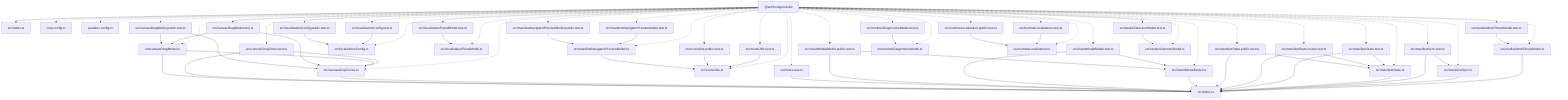
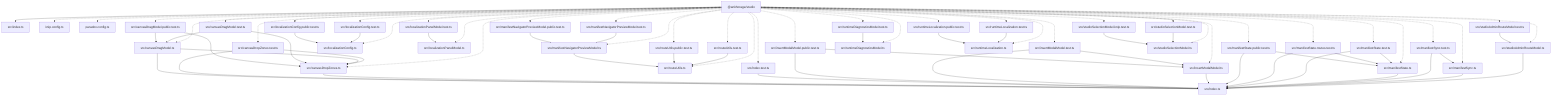
graph TD
  package__ankhorage_studio["@ankhorage/studio"]
  entrypoint_src_index_ts["src/index.ts"]
  package__ankhorage_studio --> entrypoint_src_index_ts
  module_knip_config_ts["knip.config.ts"]
  package__ankhorage_studio -.-> module_knip_config_ts
  module_paradox_config_ts["paradox.config.ts"]
  package__ankhorage_studio -.-> module_paradox_config_ts
  module_src_canvasDragModel_public_test_ts["src/canvasDragModel.public.test.ts"]
  package__ankhorage_studio -.-> module_src_canvasDragModel_public_test_ts
  module_src_canvasDragModel_public_test_ts --> module_src_canvasDragModel_ts
  module_src_canvasDragModel_public_test_ts --> module_src_canvasDropZones_ts
  module_src_canvasDragModel_test_ts["src/canvasDragModel.test.ts"]
  package__ankhorage_studio -.-> module_src_canvasDragModel_test_ts
  module_src_canvasDragModel_test_ts --> module_src_canvasDragModel_ts
  module_src_canvasDragModel_test_ts --> module_src_canvasDropZones_ts
  module_src_canvasDragModel_ts["src/canvasDragModel.ts"]
  package__ankhorage_studio -.-> module_src_canvasDragModel_ts
  module_src_canvasDragModel_ts --> module_src_canvasDropZones_ts
  module_src_canvasDragModel_ts --> module_src_index_ts
  module_src_canvasDropZones_test_ts["src/canvasDropZones.test.ts"]
  package__ankhorage_studio -.-> module_src_canvasDropZones_test_ts
  module_src_canvasDropZones_test_ts --> module_src_canvasDropZones_ts
  module_src_canvasDropZones_test_ts --> module_src_index_ts
  module_src_canvasDropZones_ts["src/canvasDropZones.ts"]
  package__ankhorage_studio -.-> module_src_canvasDropZones_ts
  module_src_canvasDropZones_ts --> module_src_index_ts
  module_src_index_test_ts["src/index.test.ts"]
  package__ankhorage_studio -.-> module_src_index_test_ts
  module_src_index_test_ts --> module_src_index_ts
  module_src_index_ts["src/index.ts"]
  module_src_insertModalModel_public_test_ts["src/insertModalModel.public.test.ts"]
  package__ankhorage_studio -.-> module_src_insertModalModel_public_test_ts
  module_src_insertModalModel_public_test_ts --> module_src_index_ts
  module_src_insertModalModel_public_test_ts --> module_src_insertModalModel_ts
  module_src_insertModalModel_test_ts["src/insertModalModel.test.ts"]
  package__ankhorage_studio -.-> module_src_insertModalModel_test_ts
  module_src_insertModalModel_test_ts --> module_src_index_ts
  module_src_insertModalModel_test_ts --> module_src_insertModalModel_ts
  module_src_insertModalModel_ts["src/insertModalModel.ts"]
  package__ankhorage_studio -.-> module_src_insertModalModel_ts
  module_src_insertModalModel_ts --> module_src_index_ts
  module_src_localizationConfig_public_test_ts["src/localizationConfig.public.test.ts"]
  package__ankhorage_studio -.-> module_src_localizationConfig_public_test_ts
  module_src_localizationConfig_public_test_ts --> module_src_localizationConfig_ts
  module_src_localizationConfig_test_ts["src/localizationConfig.test.ts"]
  package__ankhorage_studio -.-> module_src_localizationConfig_test_ts
  module_src_localizationConfig_test_ts --> module_src_localizationConfig_ts
  module_src_localizationConfig_ts["src/localizationConfig.ts"]
  package__ankhorage_studio -.-> module_src_localizationConfig_ts
  module_src_localizationPanelModel_test_ts["src/localizationPanelModel.test.ts"]
  package__ankhorage_studio -.-> module_src_localizationPanelModel_test_ts
  module_src_localizationPanelModel_test_ts --> module_src_localizationPanelModel_ts
  module_src_localizationPanelModel_ts["src/localizationPanelModel.ts"]
  package__ankhorage_studio -.-> module_src_localizationPanelModel_ts
  module_src_manifestNavigatorPreviewModel_public_test_ts["src/manifestNavigatorPreviewModel.public.test.ts"]
  package__ankhorage_studio -.-> module_src_manifestNavigatorPreviewModel_public_test_ts
  module_src_manifestNavigatorPreviewModel_public_test_ts --> module_src_manifestNavigatorPreviewModel_ts
  module_src_manifestNavigatorPreviewModel_test_ts["src/manifestNavigatorPreviewModel.test.ts"]
  package__ankhorage_studio -.-> module_src_manifestNavigatorPreviewModel_test_ts
  module_src_manifestNavigatorPreviewModel_test_ts --> module_src_manifestNavigatorPreviewModel_ts
  module_src_manifestNavigatorPreviewModel_ts["src/manifestNavigatorPreviewModel.ts"]
  package__ankhorage_studio -.-> module_src_manifestNavigatorPreviewModel_ts
  module_src_manifestNavigatorPreviewModel_ts --> module_src_routeUtils_ts
  module_src_manifestState_public_test_ts["src/manifestState.public.test.ts"]
  package__ankhorage_studio -.-> module_src_manifestState_public_test_ts
  module_src_manifestState_public_test_ts --> module_src_index_ts
  module_src_manifestState_public_test_ts --> module_src_manifestState_ts
  module_src_manifestState_routes_test_ts["src/manifestState.routes.test.ts"]
  package__ankhorage_studio -.-> module_src_manifestState_routes_test_ts
  module_src_manifestState_routes_test_ts --> module_src_index_ts
  module_src_manifestState_routes_test_ts --> module_src_manifestState_ts
  module_src_manifestState_test_ts["src/manifestState.test.ts"]
  package__ankhorage_studio -.-> module_src_manifestState_test_ts
  module_src_manifestState_test_ts --> module_src_index_ts
  module_src_manifestState_test_ts --> module_src_manifestState_ts
  module_src_manifestState_ts["src/manifestState.ts"]
  package__ankhorage_studio -.-> module_src_manifestState_ts
  module_src_manifestState_ts --> module_src_index_ts
  module_src_manifestSync_test_ts["src/manifestSync.test.ts"]
  package__ankhorage_studio -.-> module_src_manifestSync_test_ts
  module_src_manifestSync_test_ts --> module_src_index_ts
  module_src_manifestSync_test_ts --> module_src_manifestSync_ts
  module_src_manifestSync_ts["src/manifestSync.ts"]
  package__ankhorage_studio -.-> module_src_manifestSync_ts
  module_src_manifestSync_ts --> module_src_index_ts
  module_src_routeUtils_public_test_ts["src/routeUtils.public.test.ts"]
  package__ankhorage_studio -.-> module_src_routeUtils_public_test_ts
  module_src_routeUtils_public_test_ts --> module_src_routeUtils_ts
  module_src_routeUtils_test_ts["src/routeUtils.test.ts"]
  package__ankhorage_studio -.-> module_src_routeUtils_test_ts
  module_src_routeUtils_test_ts --> module_src_routeUtils_ts
  module_src_routeUtils_ts["src/routeUtils.ts"]
  package__ankhorage_studio -.-> module_src_routeUtils_ts
  module_src_runtimeDiagnosticsModel_test_ts["src/runtimeDiagnosticsModel.test.ts"]
  package__ankhorage_studio -.-> module_src_runtimeDiagnosticsModel_test_ts
  module_src_runtimeDiagnosticsModel_test_ts --> module_src_runtimeDiagnosticsModel_ts
  module_src_runtimeDiagnosticsModel_ts["src/runtimeDiagnosticsModel.ts"]
  package__ankhorage_studio -.-> module_src_runtimeDiagnosticsModel_ts
  module_src_runtimeLocalization_public_test_ts["src/runtimeLocalization.public.test.ts"]
  package__ankhorage_studio -.-> module_src_runtimeLocalization_public_test_ts
  module_src_runtimeLocalization_public_test_ts --> module_src_runtimeLocalization_ts
  module_src_runtimeLocalization_test_ts["src/runtimeLocalization.test.ts"]
  package__ankhorage_studio -.-> module_src_runtimeLocalization_test_ts
  module_src_runtimeLocalization_test_ts --> module_src_runtimeLocalization_ts
  module_src_runtimeLocalization_ts["src/runtimeLocalization.ts"]
  package__ankhorage_studio -.-> module_src_runtimeLocalization_ts
  module_src_studioAdminRouteModel_test_ts["src/studioAdminRouteModel.test.ts"]
  package__ankhorage_studio -.-> module_src_studioAdminRouteModel_test_ts
  module_src_studioAdminRouteModel_test_ts --> module_src_studioAdminRouteModel_ts
  module_src_studioAdminRouteModel_ts["src/studioAdminRouteModel.ts"]
  package__ankhorage_studio -.-> module_src_studioAdminRouteModel_ts
  module_src_studioAdminRouteModel_ts --> module_src_index_ts
+   module_src_studioSelectionModel_knip_test_ts["src/studioSelectionModel.knip.test.ts"]
+   package__ankhorage_studio -.-> module_src_studioSelectionModel_knip_test_ts
+   module_src_studioSelectionModel_knip_test_ts --> module_src_studioSelectionModel_ts
  module_src_studioSelectionModel_test_ts["src/studioSelectionModel.test.ts"]
  package__ankhorage_studio -.-> module_src_studioSelectionModel_test_ts
  module_src_studioSelectionModel_test_ts --> module_src_studioSelectionModel_ts
  module_src_studioSelectionModel_ts["src/studioSelectionModel.ts"]
  package__ankhorage_studio -.-> module_src_studioSelectionModel_ts
